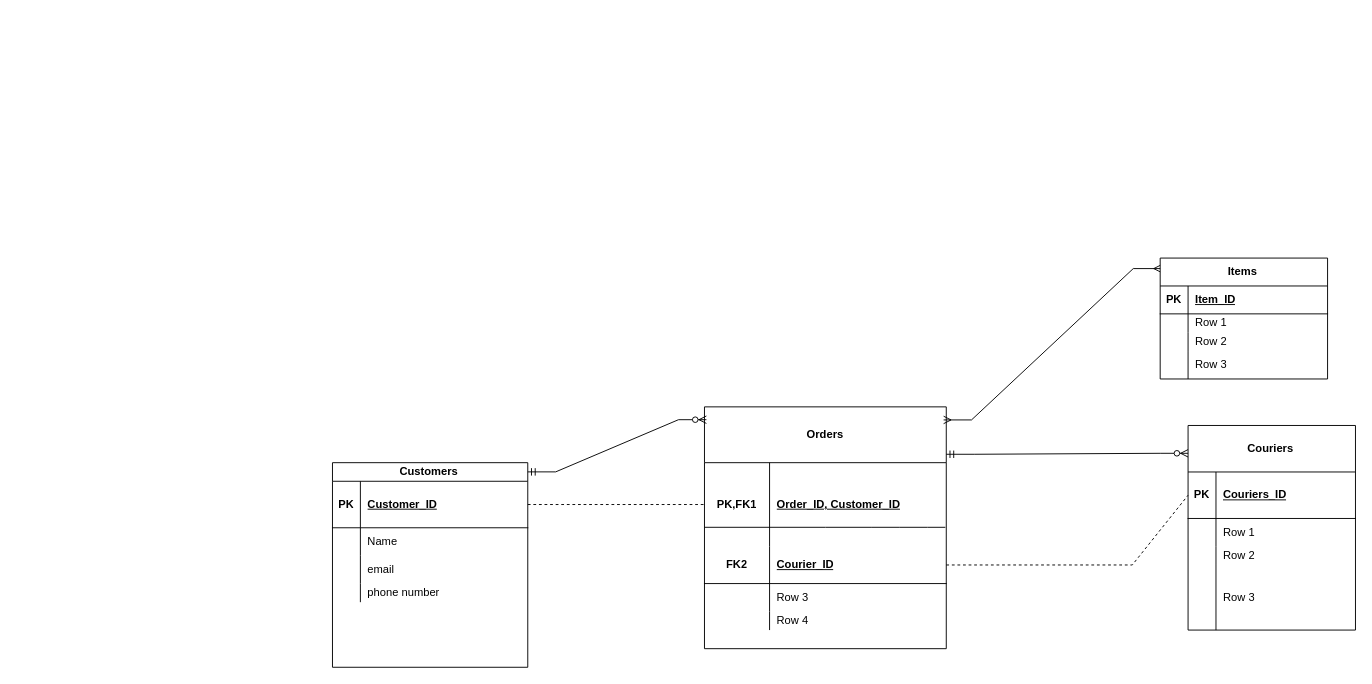
Travis-bug/Eseosa- keeps this draw.io diagram as Untitled Diagram.drawio. Above is the earlier version. Source tidied: cells renumbered, new cells numbered last; positions are measured from the earlier drawing's top-left corner, leaving out a move shared by most shapes. Both pictures are drawn from the tidied source at 93%, with x=0, y=0 at pixel (332, 258).
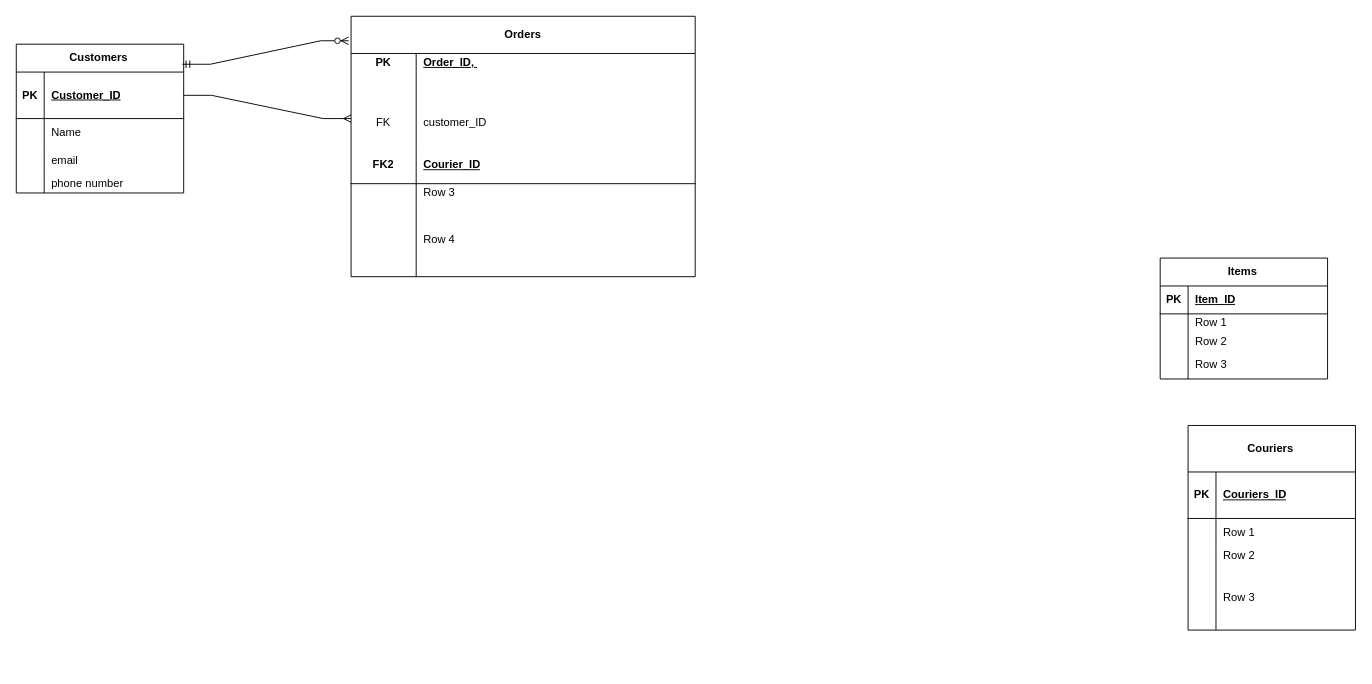
After the change.

The change refers to these unchanged cells:
```xml
<mxCell id="16" value="Couriers&amp;nbsp;" style="shape=table;startSize=50;childLayout=tableLayout;rowLines=0;fontStyle=1;align=center;html=1;" parent="1" vertex="1">
  <mxGeometry x="920" y="180" width="180" height="220" as="geometry" />
</mxCell>
<mxCell id="17" style="shape=tableRow;horizontal=0;startSize=0;swimlaneHead=0;swimlaneBody=0;fillColor=none;points=[[0,0.5],[1,0.5]];portConstraint=eastwest;top=0;left=0;right=0;bottom=1;" parent="16" vertex="1">
  <mxGeometry y="50" width="180" height="50" as="geometry" />
</mxCell>
<mxCell id="44" value="Items&amp;nbsp;" style="shape=table;startSize=30;childLayout=tableLayout;rowLines=0;fontStyle=1;align=center;html=1;" parent="1" vertex="1">
  <mxGeometry x="890" width="180" height="130" as="geometry" />
</mxCell>
```

What changed in the source:
```diff
@@
-    <mxCell id="2" style="edgeStyle=orthogonalEdgeStyle;rounded=0;jettySize=auto;html=1;exitX=0.5;exitY=0;exitDx=0;exitDy=0;" parent="1" edge="1" source="3">
-      <mxGeometry relative="1" as="geometry">
-        <mxPoint x="105" y="230" as="targetPoint" />
-      </mxGeometry>
-    </mxCell>
-    <mxCell id="3" value="Customers&amp;nbsp;" style="shape=table;startSize=20;childLayout=tableLayout;rowLines=0;fontStyle=1;align=center;html=1;" parent="1" vertex="1">
-      <mxGeometry y="220" width="210" height="220" as="geometry" />
+    <mxCell id="3" value="Customers&amp;nbsp;" style="shape=table;startSize=30;childLayout=tableLayout;rowLines=0;fontStyle=1;align=center;html=1;" parent="1" vertex="1">
+      <mxGeometry x="-340" y="-230" width="180" height="160" as="geometry" />
     </mxCell>
     <mxCell id="4" style="shape=tableRow;horizontal=0;startSize=0;swimlaneHead=0;swimlaneBody=0;fillColor=none;points=[[0,0.5],[1,0.5]];portConstraint=eastwest;top=0;left=0;right=0;bottom=1;" parent="3" vertex="1">
-      <mxGeometry y="20" width="210" height="50" as="geometry" />
+      <mxGeometry y="30" width="180" height="50" as="geometry" />
     </mxCell>
@@
     <mxCell id="6" value="Customer_ID" style="shape=partialRectangle;fillColor=none;top=0;left=0;bottom=0;right=0;align=left;spacingLeft=6;fontStyle=5;overflow=hidden;whiteSpace=wrap;html=1;" parent="4" vertex="1">
-      <mxGeometry x="30" width="180" height="50" as="geometry" />
+      <mxGeometry x="30" width="150" height="50" as="geometry" />
     </mxCell>
     <mxCell id="7" style="shape=tableRow;horizontal=0;startSize=0;swimlaneHead=0;swimlaneBody=0;fillColor=none;top=0;left=0;right=0;bottom=0;" parent="3" vertex="1">
-      <mxGeometry y="70" width="210" height="30" as="geometry" />
+      <mxGeometry y="80" width="180" height="30" as="geometry" />
     </mxCell>
@@
     <mxCell id="9" value="Name" style="shape=partialRectangle;fillColor=none;top=0;left=0;bottom=0;right=0;align=left;spacingLeft=6;overflow=hidden;whiteSpace=wrap;html=1;" parent="7" vertex="1">
-      <mxGeometry x="30" width="180" height="30" as="geometry" />
+      <mxGeometry x="30" width="150" height="30" as="geometry" />
     </mxCell>
     <mxCell id="10" style="shape=tableRow;horizontal=0;startSize=0;swimlaneHead=0;swimlaneBody=0;fillColor=none;top=0;left=0;right=0;bottom=0;" parent="3" vertex="1">
-      <mxGeometry y="100" width="210" height="30" as="geometry" />
+      <mxGeometry y="110" width="180" height="30" as="geometry" />
     </mxCell>
@@
     <mxCell id="12" value="email" style="shape=partialRectangle;fillColor=none;top=0;left=0;bottom=0;right=0;align=left;spacingLeft=6;overflow=hidden;whiteSpace=wrap;html=1;" parent="10" vertex="1">
-      <mxGeometry x="30" width="180" height="30" as="geometry" />
+      <mxGeometry x="30" width="150" height="30" as="geometry" />
     </mxCell>
     <mxCell id="13" style="shape=tableRow;horizontal=0;startSize=0;swimlaneHead=0;swimlaneBody=0;fillColor=none;top=0;left=0;right=0;bottom=0;" parent="3" vertex="1">
-      <mxGeometry y="130" width="210" height="20" as="geometry" />
+      <mxGeometry y="140" width="180" height="20" as="geometry" />
     </mxCell>
@@
     <mxCell id="15" value="phone number&amp;nbsp;" style="shape=partialRectangle;fillColor=none;top=0;left=0;bottom=0;right=0;align=left;spacingLeft=6;overflow=hidden;whiteSpace=wrap;html=1;" parent="13" vertex="1">
-      <mxGeometry x="30" width="180" height="20" as="geometry" />
+      <mxGeometry x="30" width="150" height="20" as="geometry" />
     </mxCell>
@@
-    <mxCell id="29" value="Orders" style="shape=table;startSize=60;childLayout=tableLayout;rowLines=0;fontStyle=1;align=center;html=1;whiteSpace=wrap;" parent="1" vertex="1">
-      <mxGeometry x="400" y="160" width="260" height="260" as="geometry" />
+    <mxCell id="29" value="Orders" style="shape=table;startSize=40;childLayout=tableLayout;rowLines=0;fontStyle=1;align=center;html=1;whiteSpace=wrap;" parent="1" vertex="1">
+      <mxGeometry x="20" y="-260" width="370" height="280" as="geometry" />
     </mxCell>
     <mxCell id="30" style="shape=tableRow;horizontal=0;startSize=0;swimlaneHead=0;swimlaneBody=0;fillColor=none;points=[[0,0.5],[1,0.5]];portConstraint=eastwest;top=0;left=0;right=0;bottom=0;html=1;" parent="29" vertex="1">
-      <mxGeometry y="60" width="260" height="90" as="geometry" />
+      <mxGeometry y="40" width="370" height="50" as="geometry" />
     </mxCell>
-    <mxCell id="31" value="PK,FK1" style="shape=partialRectangle;fillColor=none;top=0;left=0;bottom=0;right=0;fontStyle=1;overflow=hidden;html=1;whiteSpace=wrap;" parent="30" vertex="1">
-      <mxGeometry width="70" height="90" as="geometry" />
+    <mxCell id="31" value="PK&lt;div&gt;&lt;br&gt;&lt;div&gt;&lt;br&gt;&lt;div&gt;&lt;br&gt;&lt;/div&gt;&lt;/div&gt;&lt;/div&gt;" style="shape=partialRectangle;fillColor=none;top=0;left=0;bottom=0;right=0;fontStyle=1;overflow=hidden;html=1;whiteSpace=wrap;" parent="30" vertex="1">
+      <mxGeometry width="70" height="50" as="geometry" />
     </mxCell>
-    <mxCell id="32" value="Order_ID, Customer_ID" style="shape=partialRectangle;fillColor=none;top=0;left=0;bottom=0;right=0;align=left;spacingLeft=6;fontStyle=5;overflow=hidden;html=1;whiteSpace=wrap;" parent="30" vertex="1">
-      <mxGeometry x="70" width="190" height="90" as="geometry" />
+    <mxCell id="32" value="Order_ID,&amp;nbsp;&lt;div&gt;&lt;br&gt;&lt;div&gt;&lt;br&gt;&lt;/div&gt;&lt;div&gt;&lt;br&gt;&lt;/div&gt;&lt;/div&gt;" style="shape=partialRectangle;fillColor=none;top=0;left=0;bottom=0;right=0;align=left;spacingLeft=6;fontStyle=5;overflow=hidden;html=1;whiteSpace=wrap;" parent="30" vertex="1">
+      <mxGeometry x="70" width="300" height="50" as="geometry" />
     </mxCell>
+    <mxCell id="61" style="shape=tableRow;horizontal=0;startSize=0;swimlaneHead=0;swimlaneBody=0;fillColor=none;points=[[0,0.5],[1,0.5]];portConstraint=eastwest;top=0;left=0;right=0;bottom=0;" parent="29" vertex="1">
+      <mxGeometry y="90" width="370" height="50" as="geometry" />
+    </mxCell>
+    <mxCell id="62" value="FK" style="shape=partialRectangle;fillColor=none;top=0;left=0;bottom=0;right=0;fontStyle=0;overflow=hidden;whiteSpace=wrap;html=1;" parent="61" vertex="1">
+      <mxGeometry width="70" height="50" as="geometry" />
+    </mxCell>
+    <mxCell id="63" value="customer_ID" style="shape=partialRectangle;fillColor=none;top=0;left=0;bottom=0;right=0;align=left;spacingLeft=6;fontStyle=0;overflow=hidden;whiteSpace=wrap;html=1;" parent="61" vertex="1">
+      <mxGeometry x="70" width="300" height="50" as="geometry" />
+    </mxCell>
     <mxCell id="33" style="shape=tableRow;horizontal=0;startSize=0;swimlaneHead=0;swimlaneBody=0;fillColor=none;points=[[0,0.5],[1,0.5]];portConstraint=eastwest;top=0;left=0;right=0;bottom=1;html=1;" parent="29" vertex="1">
-      <mxGeometry y="150" width="260" height="40" as="geometry" />
+      <mxGeometry y="140" width="370" height="40" as="geometry" />
     </mxCell>
@@
     <mxCell id="35" value="Courier_ID" style="shape=partialRectangle;fillColor=none;top=0;left=0;bottom=0;right=0;align=left;spacingLeft=6;fontStyle=5;overflow=hidden;html=1;whiteSpace=wrap;" parent="33" vertex="1">
-      <mxGeometry x="70" width="190" height="40" as="geometry" />
+      <mxGeometry x="70" width="300" height="40" as="geometry" />
     </mxCell>
     <mxCell id="36" style="shape=tableRow;horizontal=0;startSize=0;swimlaneHead=0;swimlaneBody=0;fillColor=none;top=0;left=0;right=0;bottom=0;html=1;" parent="29" vertex="1">
-      <mxGeometry y="190" width="260" height="30" as="geometry" />
+      <mxGeometry y="180" width="370" height="20" as="geometry" />
     </mxCell>
     <mxCell id="37" style="shape=partialRectangle;fillColor=none;top=0;left=0;bottom=0;right=0;overflow=hidden;html=1;whiteSpace=wrap;" parent="36" vertex="1">
-      <mxGeometry width="70" height="30" as="geometry" />
+      <mxGeometry width="70" height="20" as="geometry" />
     </mxCell>
     <mxCell id="38" value="Row 3" style="shape=partialRectangle;fillColor=none;top=0;left=0;bottom=0;right=0;align=left;spacingLeft=6;overflow=hidden;html=1;whiteSpace=wrap;" parent="36" vertex="1">
-      <mxGeometry x="70" width="190" height="30" as="geometry" />
+      <mxGeometry x="70" width="300" height="20" as="geometry" />
     </mxCell>
     <mxCell id="39" style="shape=tableRow;horizontal=0;startSize=0;swimlaneHead=0;swimlaneBody=0;fillColor=none;top=0;left=0;right=0;bottom=0;html=1;" parent="29" vertex="1">
-      <mxGeometry y="220" width="260" height="20" as="geometry" />
+      <mxGeometry y="200" width="370" height="80" as="geometry" />
     </mxCell>
     <mxCell id="40" style="shape=partialRectangle;fillColor=none;top=0;left=0;bottom=0;right=0;overflow=hidden;html=1;whiteSpace=wrap;" parent="39" vertex="1">
-      <mxGeometry width="70" height="20" as="geometry" />
+      <mxGeometry width="70" height="80" as="geometry" />
     </mxCell>
     <mxCell id="41" value="Row 4" style="shape=partialRectangle;fillColor=none;top=0;left=0;bottom=0;right=0;align=left;spacingLeft=6;overflow=hidden;html=1;whiteSpace=wrap;" parent="39" vertex="1">
-      <mxGeometry x="70" width="190" height="20" as="geometry" />
+      <mxGeometry x="70" width="300" height="80" as="geometry" />
     </mxCell>
-    <mxCell id="42" style="endArrow=none;dashed=1;html=1;rounded=0;entryX=0;entryY=0.5;entryDx=0;entryDy=0;exitX=1;exitY=0.5;exitDx=0;exitDy=0;" parent="1" edge="1" source="4" target="30">
-      <mxGeometry relative="1" as="geometry" />
-    </mxCell>
-    <mxCell id="43" style="edgeStyle=entityRelationEdgeStyle;fontSize=12;html=1;endArrow=ERmany;startArrow=ERmany;rounded=0;exitX=0.989;exitY=0.054;exitDx=0;exitDy=0;exitPerimeter=0;entryX=0.006;entryY=0.087;entryDx=0;entryDy=0;entryPerimeter=0;" parent="1" edge="1" source="29" target="44">
-      <mxGeometry relative="1" as="geometry">
-        <Array as="points">
-          <mxPoint x="720" y="510" />
-          <mxPoint x="860" y="270" />
-          <mxPoint x="700" y="450" />
-          <mxPoint x="690" y="490" />
-        </Array>
-      </mxGeometry>
-    </mxCell>
@@
+    <mxCell id="64" style="edgeStyle=entityRelationEdgeStyle;fontSize=12;html=1;endArrow=ERmany;rounded=0;exitX=1;exitY=0.5;exitDx=0;exitDy=0;entryX=0;entryY=0.4;entryDx=0;entryDy=0;entryPerimeter=0;" parent="1" edge="1" source="4" target="61">
+      <mxGeometry relative="1" as="geometry" />
+    </mxCell>
-    <mxCell id="57" style="edgeStyle=entityRelationEdgeStyle;fontSize=12;html=1;endArrow=ERzeroToMany;startArrow=ERmandOne;rounded=0;entryX=0.008;entryY=0.053;entryDx=0;entryDy=0;entryPerimeter=0;exitX=1;exitY=0.045;exitDx=0;exitDy=0;exitPerimeter=0;" parent="1" edge="1" source="3" target="29">
+    <mxCell id="57" style="edgeStyle=entityRelationEdgeStyle;fontSize=12;html=1;endArrow=ERzeroToMany;startArrow=ERmandOne;rounded=0;exitX=0.992;exitY=0.135;exitDx=0;exitDy=0;exitPerimeter=0;entryX=-0.007;entryY=0.094;entryDx=0;entryDy=0;entryPerimeter=0;" parent="1" edge="1" source="3" target="29">
       <mxGeometry relative="1" as="geometry" />
     </mxCell>
-    <mxCell id="58" style="edgeStyle=entityRelationEdgeStyle;fontSize=12;html=1;endArrow=ERzeroToMany;startArrow=ERmandOne;rounded=0;exitX=1;exitY=0.196;exitDx=0;exitDy=0;exitPerimeter=0;entryX=0;entryY=0.136;entryDx=0;entryDy=0;entryPerimeter=0;" parent="1" edge="1" source="29" target="16">
-      <mxGeometry relative="1" as="geometry">
-        <Array as="points">
-          <mxPoint x="602.8" y="698.9" />
-          <mxPoint x="780" y="200" />
-          <mxPoint x="770" y="200" />
-          <mxPoint x="682.8" y="738.9" />
-          <mxPoint x="1060" y="210" />
-          <mxPoint x="1080" y="190" />
-          <mxPoint x="622.8" y="958.9" />
-          <mxPoint x="549" y="860" />
-        </Array>
-      </mxGeometry>
-    </mxCell>
-    <mxCell id="59" style="endArrow=none;html=1;rounded=0;" parent="1" edge="1">
-      <mxGeometry relative="1" as="geometry">
-        <mxPoint x="400" y="289.5" as="sourcePoint" />
-        <mxPoint x="659" y="289.5" as="targetPoint" />
-        <Array as="points">
-          <mxPoint x="530" y="289.5" />
-          <mxPoint x="580" y="289.5" />
-          <mxPoint x="610" y="289.5" />
-          <mxPoint x="640" y="289.5" />
-        </Array>
-      </mxGeometry>
-    </mxCell>
-    <mxCell id="60" style="endArrow=none;dashed=1;html=1;rounded=0;entryX=0;entryY=0.5;entryDx=0;entryDy=0;exitX=1;exitY=0.5;exitDx=0;exitDy=0;" parent="1" edge="1" source="33" target="17">
-      <mxGeometry relative="1" as="geometry">
-        <Array as="points">
-          <mxPoint x="860" y="330" />
-        </Array>
-      </mxGeometry>
-    </mxCell>
```
